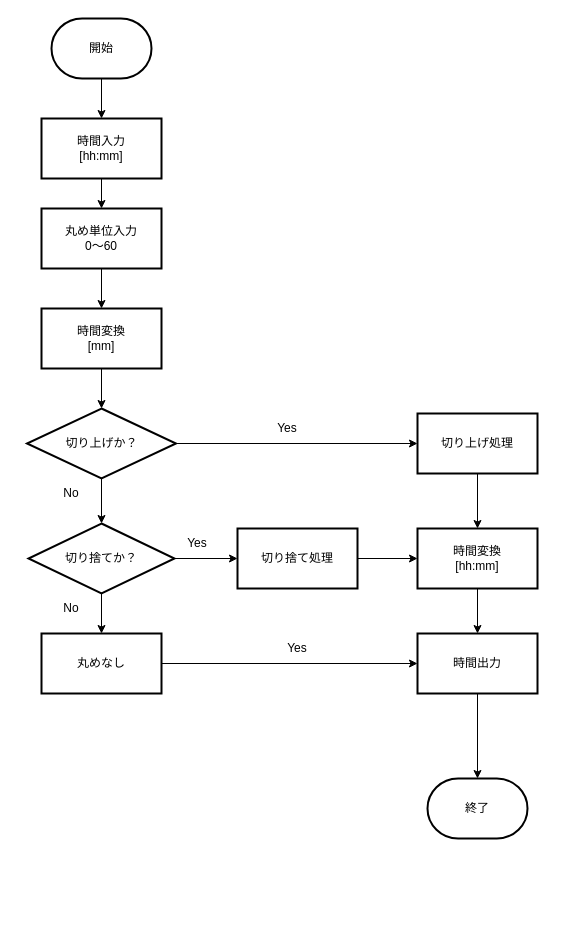
Earlier version of the draw.io diagram flowchart.dio (akihiro1656/issue1). Source tidied: cells renumbered, new cells numbered last; positions are measured from the earlier drawing's top-left corner, leaving out a move shared by most shapes. Both pictures are drawn from the tidied source at 100%, with x=0, y=0 at pixel (27, 18).
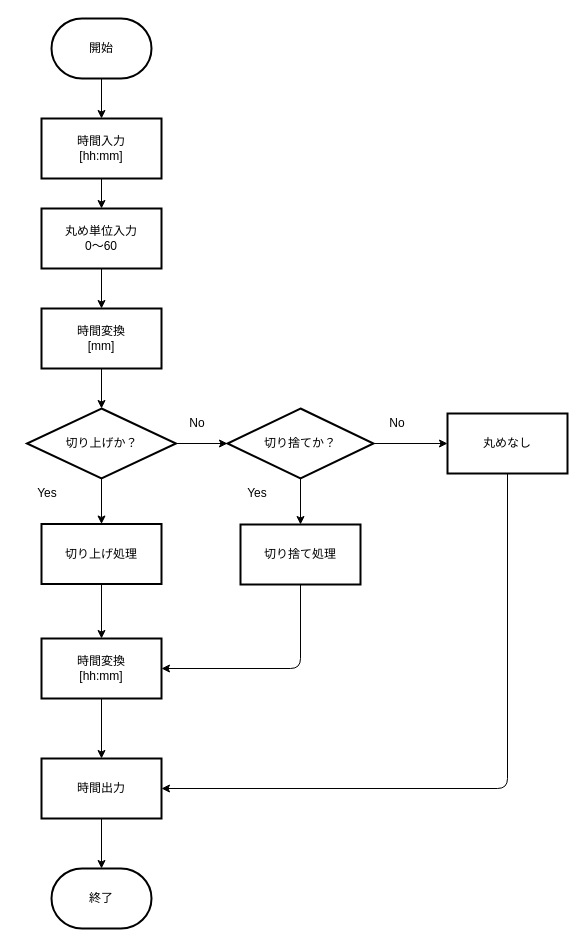
Above is the later version.

Commit message:
フローチャート修正

Unchanged cells that the change refers to:
```xml
<mxCell id="8" value="切り上げか？" style="strokeWidth=2;html=1;shape=mxgraph.flowchart.decision;whiteSpace=wrap;" parent="1" vertex="1">
  <mxGeometry x="-0.5" y="390" width="149" height="70" as="geometry" />
</mxCell>
```

The edit, as a diff of the source:
```diff
@@
     <mxCell id="4" value="終了" style="strokeWidth=2;html=1;shape=mxgraph.flowchart.terminator;whiteSpace=wrap;" parent="1" vertex="1">
-      <mxGeometry x="400" y="760" width="100" height="60" as="geometry" />
+      <mxGeometry x="24" y="850" width="100" height="60" as="geometry" />
     </mxCell>
@@
-    <mxCell id="6" style="edgeStyle=none;html=1;exitX=0.5;exitY=1;exitDx=0;exitDy=0;exitPerimeter=0;entryX=0.5;entryY=0;entryDx=0;entryDy=0;entryPerimeter=0;" parent="1" edge="1" source="8" target="28">
+    <mxCell id="6" style="edgeStyle=none;html=1;" parent="1" edge="1" source="8" target="28">
       <mxGeometry relative="1" as="geometry" />
     </mxCell>
-    <mxCell id="7" style="edgeStyle=none;html=1;entryX=0;entryY=0.5;entryDx=0;entryDy=0;" parent="1" edge="1" source="8" target="21">
+    <mxCell id="7" style="edgeStyle=none;html=1;" parent="1" edge="1" source="8" target="21">
       <mxGeometry relative="1" as="geometry" />
     </mxCell>
@@
-    <mxCell id="14" style="edgeStyle=none;html=1;entryX=0.5;entryY=0;entryDx=0;entryDy=0;" parent="1" edge="1" source="15" target="17">
+    <mxCell id="14" style="edgeStyle=none;html=1;" parent="1" edge="1" source="15" target="17">
       <mxGeometry relative="1" as="geometry" />
     </mxCell>
     <mxCell id="15" value="時間変換&lt;br&gt;[hh:mm]" style="whiteSpace=wrap;html=1;strokeWidth=2;" parent="1" vertex="1">
-      <mxGeometry x="390" y="510" width="120" height="60" as="geometry" />
+      <mxGeometry x="14" y="620" width="120" height="60" as="geometry" />
     </mxCell>
-    <mxCell id="16" style="edgeStyle=none;html=1;exitX=0.5;exitY=1;exitDx=0;exitDy=0;" parent="1" edge="1" source="17" target="4">
+    <mxCell id="16" style="edgeStyle=none;html=1;" parent="1" edge="1" source="17" target="4">
       <mxGeometry relative="1" as="geometry" />
     </mxCell>
     <mxCell id="17" value="時間出力" style="whiteSpace=wrap;html=1;strokeWidth=2;" parent="1" vertex="1">
-      <mxGeometry x="390" y="615" width="120" height="60" as="geometry" />
+      <mxGeometry x="14" y="740" width="120" height="60" as="geometry" />
     </mxCell>
-    <mxCell id="18" style="edgeStyle=none;html=1;exitX=1;exitY=0.5;exitDx=0;exitDy=0;entryX=0;entryY=0.5;entryDx=0;entryDy=0;" parent="1" edge="1" source="19" target="15">
-      <mxGeometry relative="1" as="geometry" />
+    <mxCell id="18" style="edgeStyle=none;html=1;entryX=1;entryY=0.5;entryDx=0;entryDy=0;" parent="1" edge="1" source="19" target="15">
+      <mxGeometry relative="1" as="geometry">
+        <Array as="points">
+          <mxPoint x="273" y="650" />
+        </Array>
+      </mxGeometry>
     </mxCell>
     <mxCell id="19" value="切り捨て処理" style="whiteSpace=wrap;html=1;strokeWidth=2;" parent="1" vertex="1">
-      <mxGeometry x="210" y="510" width="120" height="60" as="geometry" />
+      <mxGeometry x="213" y="506" width="120" height="60" as="geometry" />
     </mxCell>
-    <mxCell id="20" style="edgeStyle=none;html=1;entryX=0.5;entryY=0;entryDx=0;entryDy=0;" parent="1" edge="1" source="21" target="15">
+    <mxCell id="20" style="edgeStyle=none;html=1;" parent="1" edge="1" source="21" target="15">
       <mxGeometry relative="1" as="geometry" />
     </mxCell>
     <mxCell id="21" value="切り上げ処理" style="whiteSpace=wrap;html=1;strokeWidth=2;" parent="1" vertex="1">
-      <mxGeometry x="390" y="395" width="120" height="60" as="geometry" />
+      <mxGeometry x="14" y="505.5" width="120" height="60" as="geometry" />
     </mxCell>
-    <mxCell id="22" value="Yes" style="text;html=1;strokeColor=none;fillColor=none;align=center;verticalAlign=middle;whiteSpace=wrap;rounded=0;" parent="1" vertex="1">
-      <mxGeometry x="240" y="615" width="60" height="30" as="geometry" />
-    </mxCell>
     <mxCell id="23" value="Yes" style="text;html=1;strokeColor=none;fillColor=none;align=center;verticalAlign=middle;whiteSpace=wrap;rounded=0;" parent="1" vertex="1">
-      <mxGeometry x="140" y="510" width="60" height="30" as="geometry" />
+      <mxGeometry x="200" y="460" width="60" height="30" as="geometry" />
     </mxCell>
     <mxCell id="24" value="No" style="text;html=1;strokeColor=none;fillColor=none;align=center;verticalAlign=middle;whiteSpace=wrap;rounded=0;" parent="1" vertex="1">
-      <mxGeometry x="14" y="460" width="60" height="30" as="geometry" />
+      <mxGeometry x="140" y="390" width="60" height="30" as="geometry" />
     </mxCell>
     <mxCell id="25" value="No" style="text;html=1;strokeColor=none;fillColor=none;align=center;verticalAlign=middle;whiteSpace=wrap;rounded=0;" parent="1" vertex="1">
-      <mxGeometry x="14" y="575" width="60" height="30" as="geometry" />
+      <mxGeometry x="340" y="390" width="60" height="30" as="geometry" />
     </mxCell>
+    <mxCell id="27" style="edgeStyle=none;html=1;" parent="1" edge="1" source="28" target="32">
+      <mxGeometry relative="1" as="geometry" />
+    </mxCell>
-    <mxCell id="26" style="edgeStyle=none;html=1;exitX=1;exitY=0.5;exitDx=0;exitDy=0;exitPerimeter=0;entryX=0;entryY=0.5;entryDx=0;entryDy=0;" parent="1" edge="1" source="28" target="19">
+    <mxCell id="26" style="edgeStyle=none;html=1;" parent="1" edge="1" source="28" target="19">
       <mxGeometry relative="1" as="geometry" />
     </mxCell>
-    <mxCell id="27" style="edgeStyle=none;html=1;exitX=0.5;exitY=1;exitDx=0;exitDy=0;exitPerimeter=0;" parent="1" edge="1" source="28" target="32">
-      <mxGeometry relative="1" as="geometry" />
-    </mxCell>
     <mxCell id="28" value="切り捨てか？" style="strokeWidth=2;html=1;shape=mxgraph.flowchart.decision;whiteSpace=wrap;" parent="1" vertex="1">
-      <mxGeometry x="1" y="505" width="146" height="70" as="geometry" />
+      <mxGeometry x="200" y="390" width="146" height="70" as="geometry" />
     </mxCell>
     <mxCell id="29" value="Yes" style="text;html=1;strokeColor=none;fillColor=none;align=center;verticalAlign=middle;whiteSpace=wrap;rounded=0;" parent="1" vertex="1">
-      <mxGeometry x="230" y="395" width="60" height="30" as="geometry" />
+      <mxGeometry x="-10" y="460" width="60" height="30" as="geometry" />
     </mxCell>
@@
-    <mxCell id="31" style="edgeStyle=none;html=1;exitX=1;exitY=0.5;exitDx=0;exitDy=0;entryX=0;entryY=0.5;entryDx=0;entryDy=0;" parent="1" edge="1" source="32" target="17">
-      <mxGeometry relative="1" as="geometry" />
+    <mxCell id="31" style="edgeStyle=none;html=1;exitX=0.5;exitY=1;exitDx=0;exitDy=0;entryX=1;entryY=0.5;entryDx=0;entryDy=0;" parent="1" edge="1" source="32" target="17">
+      <mxGeometry relative="1" as="geometry">
+        <Array as="points">
+          <mxPoint x="480" y="770" />
+        </Array>
+      </mxGeometry>
     </mxCell>
     <mxCell id="32" value="丸めなし" style="whiteSpace=wrap;html=1;strokeWidth=2;" parent="1" vertex="1">
-      <mxGeometry x="14" y="615" width="120" height="60" as="geometry" />
+      <mxGeometry x="420" y="395" width="120" height="60" as="geometry" />
     </mxCell>
```
